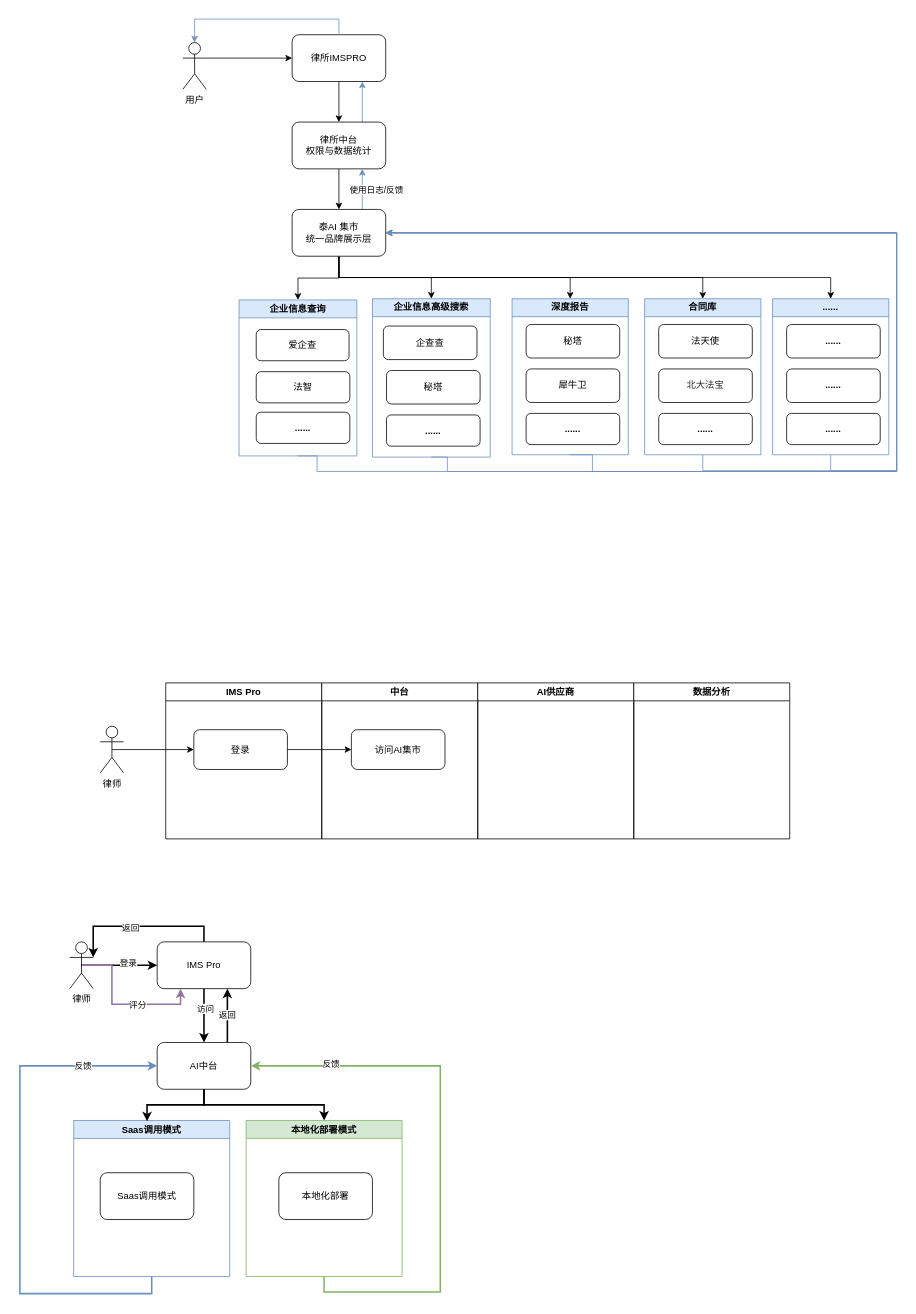
Before: 1110_中台AI.drawio in hy986/Repo_0110, a draw.io diagram. Source tidied: cells renumbered, new cells numbered last; positions are measured from the earlier drawing's top-left corner, leaving out a move shared by most shapes. Both pictures are drawn from the tidied source at 78%, with x=0, y=0 at pixel (20, 34).
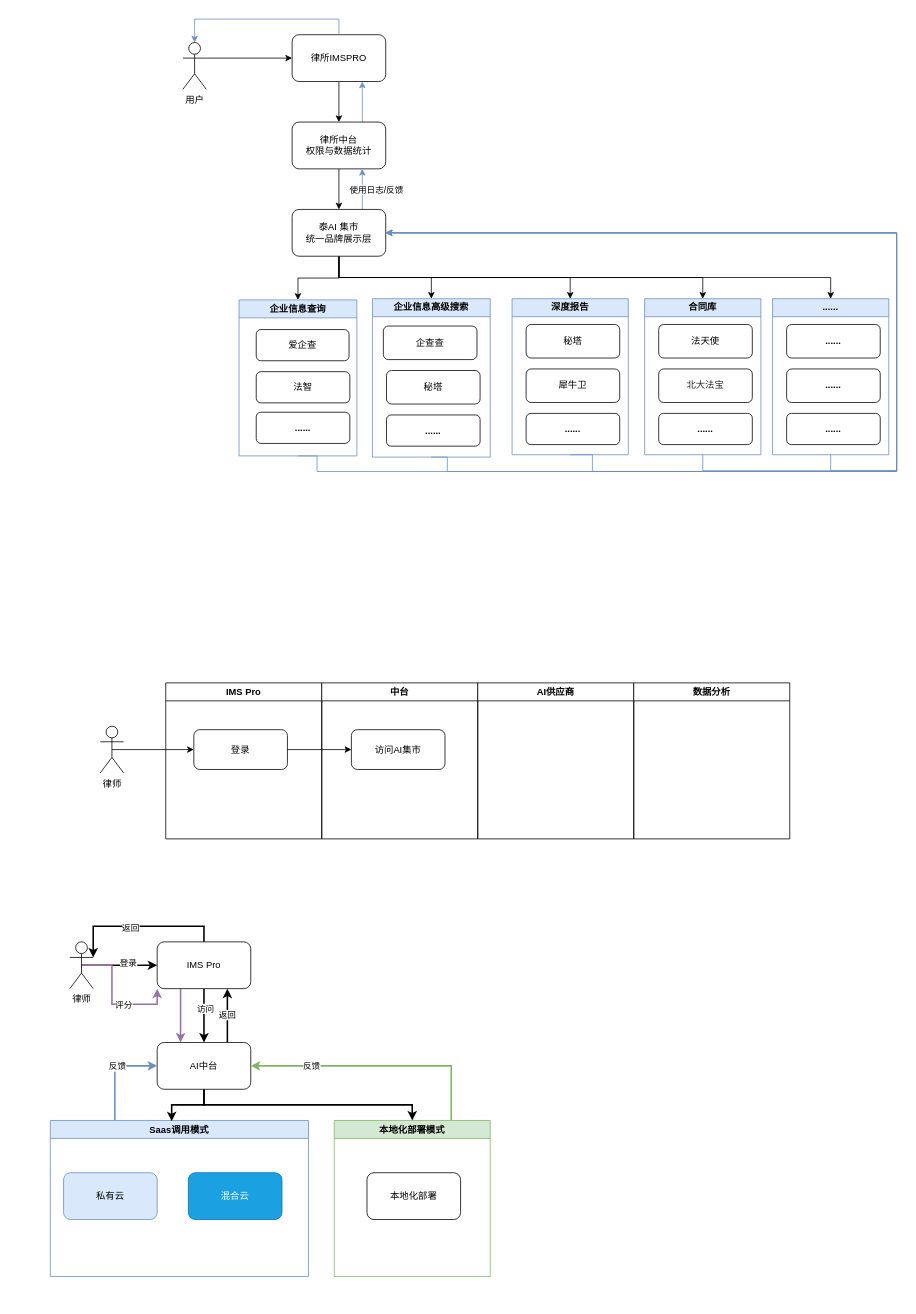
Above is the later version.

The change refers to these unchanged cells:
```xml
<mxCell id="56" value="律师" style="shape=umlActor;verticalLabelPosition=bottom;verticalAlign=top;html=1;outlineConnect=0;" parent="1" vertex="1">
  <mxGeometry x="64" y="1163" width="30" height="60" as="geometry" />
</mxCell>
<mxCell id="59" value="IMS Pro" style="rounded=1;whiteSpace=wrap;html=1;" parent="1" vertex="1">
  <mxGeometry x="176" y="1163" width="120" height="60" as="geometry" />
</mxCell>
<mxCell id="62" value="AI中台" style="rounded=1;whiteSpace=wrap;html=1;" parent="1" vertex="1">
  <mxGeometry x="176" y="1292" width="120" height="60" as="geometry" />
</mxCell>
```

Diff of the diagram source:
```diff
@@
-    <mxCell id="54" style="edgeStyle=orthogonalEdgeStyle;rounded=0;jettySize=auto;html=1;exitX=0.5;exitY=0.5;exitDx=0;exitDy=0;exitPerimeter=0;entryX=0.25;entryY=1;entryDx=0;entryDy=0;fillColor=#e1d5e7;strokeColor=#9673a6;strokeWidth=2;" parent="1" edge="1" source="56" target="59">
+    <mxCell id="54" style="edgeStyle=orthogonalEdgeStyle;rounded=0;jettySize=auto;html=1;exitX=0.5;exitY=0.5;exitDx=0;exitDy=0;exitPerimeter=0;entryX=0;entryY=1;entryDx=0;entryDy=0;fillColor=#e1d5e7;strokeColor=#9673a6;strokeWidth=2;" parent="1" edge="1" source="56" target="59">
       <mxGeometry relative="1" as="geometry">
         <Array as="points">
           <mxPoint x="118" y="1193" />
           <mxPoint x="118" y="1243" />
-          <mxPoint x="206" y="1243" />
+          <mxPoint x="176" y="1243" />
         </Array>
       </mxGeometry>
     </mxCell>
@@
+    <mxCell id="74" style="edgeStyle=orthogonalEdgeStyle;rounded=0;jettySize=auto;html=1;exitX=0.25;exitY=1;exitDx=0;exitDy=0;entryX=0.25;entryY=0;entryDx=0;entryDy=0;strokeWidth=2;strokeColor=#9673A6;" parent="1" edge="1" source="59" target="62">
+      <mxGeometry relative="1" as="geometry" />
+    </mxCell>
@@
-    <mxCell id="63" style="edgeStyle=orthogonalEdgeStyle;rounded=0;jettySize=auto;html=1;exitX=0.5;exitY=1;exitDx=0;exitDy=0;entryX=0;entryY=0.5;entryDx=0;entryDy=0;fillColor=#dae8fc;strokeColor=#6c8ebf;strokeWidth=2;" parent="1" edge="1" source="65" target="62">
+    <mxCell id="63" style="edgeStyle=orthogonalEdgeStyle;rounded=0;jettySize=auto;html=1;exitX=0.25;exitY=0;exitDx=0;exitDy=0;entryX=0;entryY=0.5;entryDx=0;entryDy=0;fillColor=#dae8fc;strokeColor=#6c8ebf;strokeWidth=2;" parent="1" edge="1" source="65" target="62">
       <mxGeometry relative="1" as="geometry">
         <Array as="points">
-          <mxPoint x="169" y="1614" />
-          <mxPoint y="1614" />
-          <mxPoint y="1322" />
+          <mxPoint x="122" y="1322" />
         </Array>
       </mxGeometry>
     </mxCell>
     <mxCell id="64" value="反馈" style="edgeLabel;html=1;align=center;verticalAlign=middle;" parent="63" vertex="1">
-      <mxGeometry x="0.71" relative="1" as="geometry" />
+      <mxGeometry x="0.71" relative="1" as="geometry">
+        <mxPoint x="-33" as="offset" />
+      </mxGeometry>
     </mxCell>
     <mxCell id="65" value="Saas调用模式" style="swimlane;whiteSpace=wrap;html=1;fillColor=#dae8fc;strokeColor=#6c8ebf;" parent="1" vertex="1">
-      <mxGeometry x="69" y="1392" width="200" height="200" as="geometry" />
+      <mxGeometry x="39" y="1392" width="331" height="200" as="geometry" />
     </mxCell>
-    <mxCell id="66" value="Saas调用模式" style="rounded=1;whiteSpace=wrap;html=1;" parent="65" vertex="1">
-      <mxGeometry x="34" y="67" width="120" height="60" as="geometry" />
+    <mxCell id="66" value="私有云" style="rounded=1;whiteSpace=wrap;html=1;fillColor=#dae8fc;strokeColor=#6c8ebf;" parent="65" vertex="1">
+      <mxGeometry x="17" y="67" width="120" height="60" as="geometry" />
     </mxCell>
+    <mxCell id="75" value="混合云" style="rounded=1;whiteSpace=wrap;html=1;fillColor=#1ba1e2;fontColor=#ffffff;strokeColor=#006EAF;" parent="65" vertex="1">
+      <mxGeometry x="177" y="67" width="120" height="60" as="geometry" />
+    </mxCell>
-    <mxCell id="67" style="edgeStyle=orthogonalEdgeStyle;rounded=0;jettySize=auto;html=1;exitX=0.5;exitY=1;exitDx=0;exitDy=0;entryX=1;entryY=0.5;entryDx=0;entryDy=0;fillColor=#d5e8d4;strokeColor=#82b366;strokeWidth=2;" parent="1" edge="1" source="69" target="62">
+    <mxCell id="67" style="edgeStyle=orthogonalEdgeStyle;rounded=0;jettySize=auto;html=1;exitX=0.75;exitY=0;exitDx=0;exitDy=0;entryX=1;entryY=0.5;entryDx=0;entryDy=0;fillColor=#d5e8d4;strokeColor=#82b366;strokeWidth=2;" parent="1" edge="1" source="69" target="62">
       <mxGeometry relative="1" as="geometry">
         <Array as="points">
-          <mxPoint x="390" y="1612" />
-          <mxPoint x="539" y="1612" />
-          <mxPoint x="539" y="1322" />
+          <mxPoint x="553" y="1322" />
         </Array>
       </mxGeometry>
     </mxCell>
     <mxCell id="68" value="反馈" style="edgeLabel;html=1;align=center;verticalAlign=middle;" parent="67" vertex="1">
-      <mxGeometry x="0.71" y="-3" relative="1" as="geometry" />
+      <mxGeometry x="0.71" y="-3" relative="1" as="geometry">
+        <mxPoint x="30" y="3" as="offset" />
+      </mxGeometry>
     </mxCell>
     <mxCell id="69" value="本地化部署模式" style="swimlane;whiteSpace=wrap;html=1;fillColor=#d5e8d4;strokeColor=#82b366;" parent="1" vertex="1">
-      <mxGeometry x="290" y="1392" width="200" height="200" as="geometry" />
+      <mxGeometry x="403" y="1392" width="200" height="200" as="geometry" />
     </mxCell>
```
